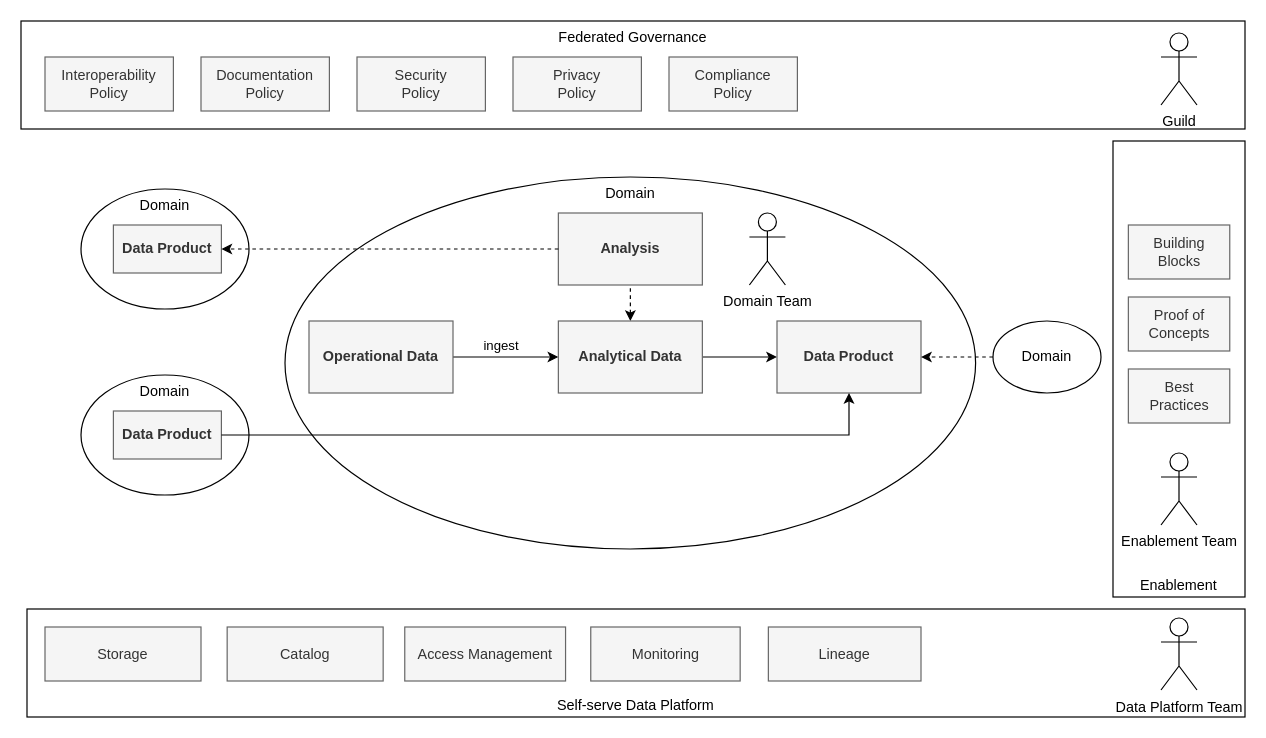
This is diagrams/datamesharchitecture.drawio from datamesh-architecture/datamesh-architecture.com, a draw.io file, before an edit. Source tidied: cells renumbered, new cells numbered last; positions are measured from the earlier drawing's top-left corner, leaving out a move shared by most shapes. Both pictures are drawn from the tidied source at 120%, with x=0, y=0 at pixel (20, 20).
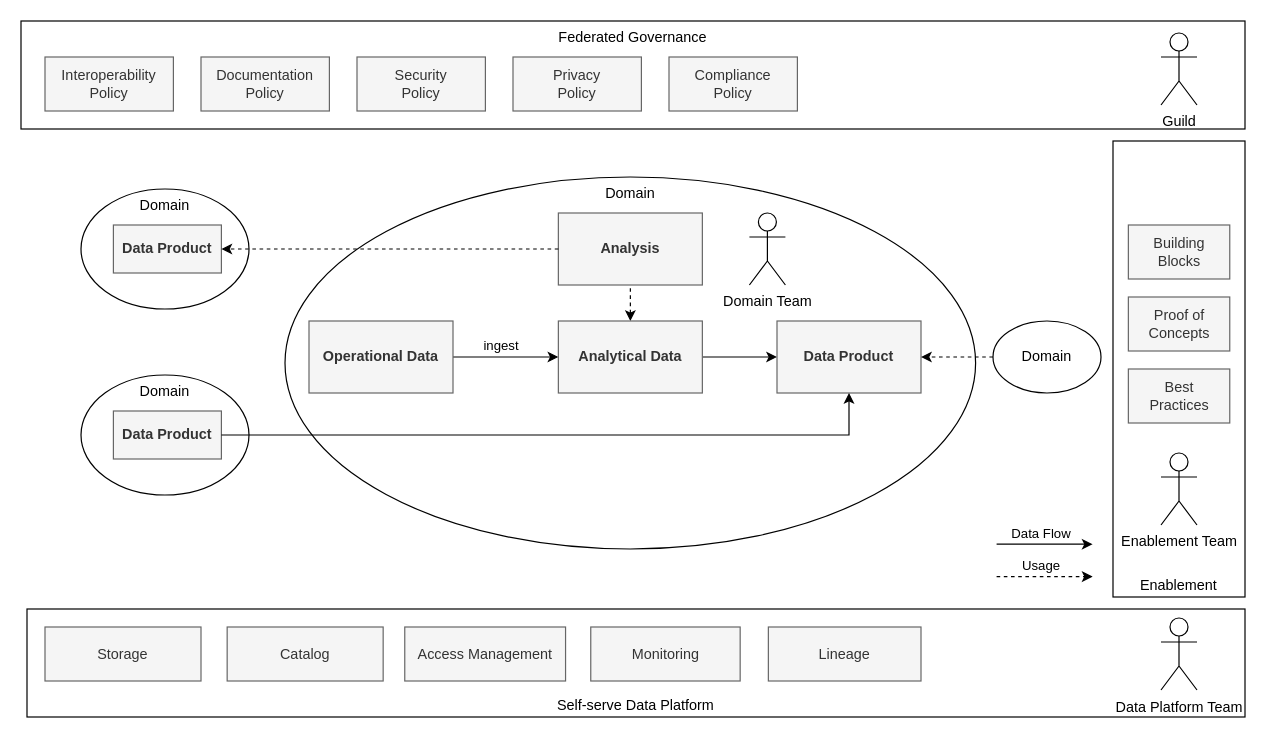
The same page after the edit.

What changed in the source:
```diff
@@
+    <mxCell id="39" style="rounded=0;orthogonalLoop=1;jettySize=auto;html=1;" parent="1" edge="1">
+      <mxGeometry relative="1" as="geometry">
+        <mxPoint x="813" y="436" as="sourcePoint" />
+        <mxPoint x="893" y="436" as="targetPoint" />
+      </mxGeometry>
+    </mxCell>
+    <mxCell id="40" value="Data Flow" style="edgeLabel;html=1;align=center;verticalAlign=middle;" parent="39" vertex="1">
+      <mxGeometry x="-0.23" relative="1" as="geometry">
+        <mxPoint x="5" y="-10" as="offset" />
+      </mxGeometry>
+    </mxCell>
+    <mxCell id="41" style="rounded=0;orthogonalLoop=1;jettySize=auto;html=1;dashed=1;" parent="1" edge="1">
+      <mxGeometry relative="1" as="geometry">
+        <mxPoint x="813" y="463" as="sourcePoint" />
+        <mxPoint x="893" y="463" as="targetPoint" />
+      </mxGeometry>
+    </mxCell>
+    <mxCell id="42" value="Usage" style="edgeLabel;html=1;align=center;verticalAlign=middle;" parent="41" vertex="1">
+      <mxGeometry x="-0.23" relative="1" as="geometry">
+        <mxPoint x="5" y="-10" as="offset" />
+      </mxGeometry>
+    </mxCell>
```
